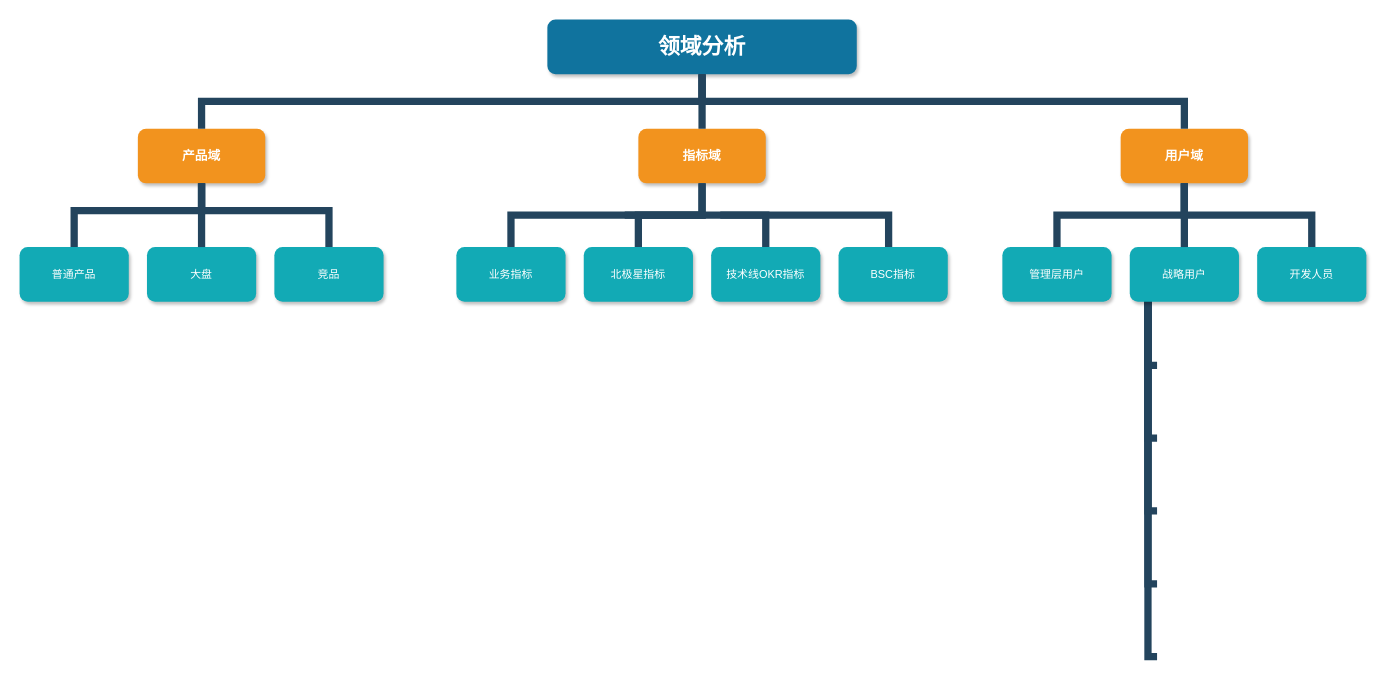
This is Untitled Diagram2.drawio from yzxie/work-tools, a draw.io file, before an edit. Source tidied: cells renumbered, new cells numbered last; positions are measured from the earlier drawing's top-left corner, leaving out a move shared by most shapes. Both pictures are drawn from the tidied source at 91%, with x=0, y=0 at pixel (19, 19).
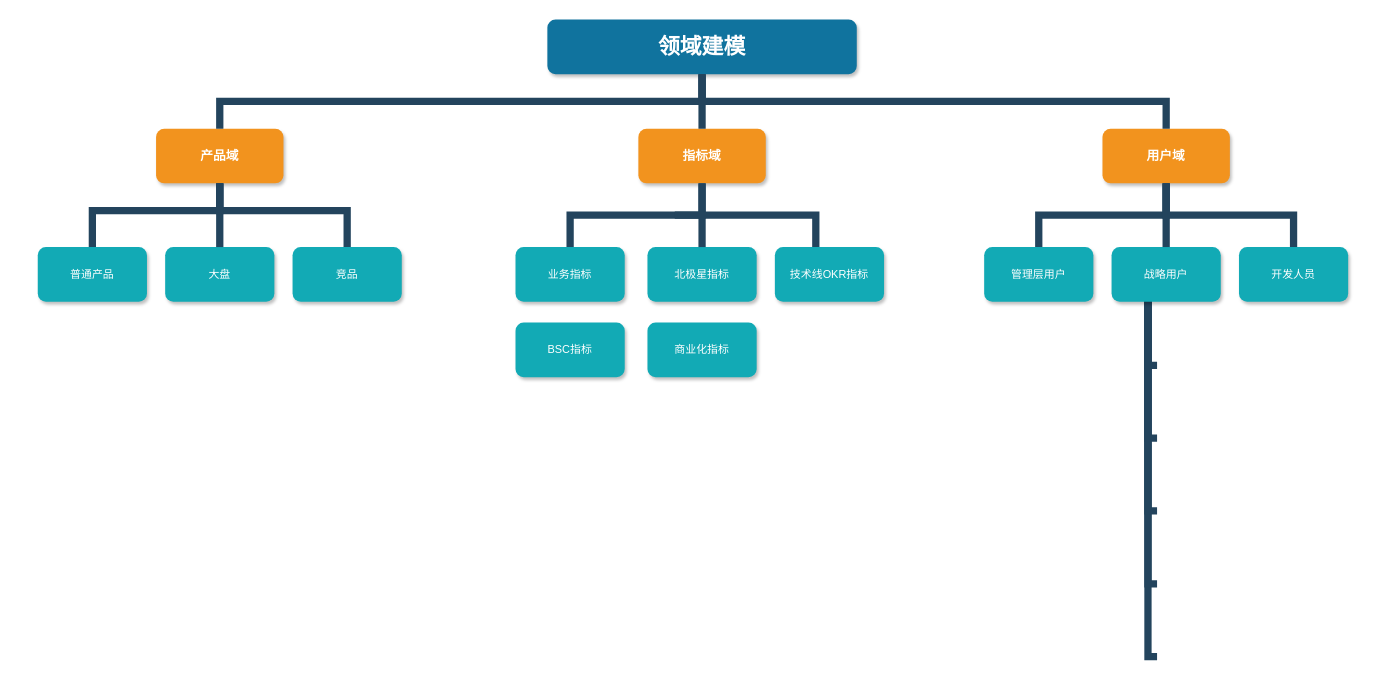
After the change.

Unchanged cells that the change refers to:
```xml
<mxCell id="4" value="指标域" style="whiteSpace=wrap;rounded=1;fillColor=#F2931E;strokeColor=none;shadow=1;fontColor=#FFFFFF;fontStyle=1;fontSize=14;" parent="1" vertex="1">
  <mxGeometry x="680" y="120" width="140" height="60" as="geometry" />
</mxCell>
```

What changed in the source:
```diff
@@
-    <mxCell id="2" value="领域分析" style="whiteSpace=wrap;rounded=1;shadow=1;fillColor=#10739E;strokeColor=none;fontColor=#FFFFFF;fontStyle=1;fontSize=24;" parent="1" vertex="1">
+    <mxCell id="2" value="领域建模" style="whiteSpace=wrap;rounded=1;shadow=1;fillColor=#10739E;strokeColor=none;fontColor=#FFFFFF;fontStyle=1;fontSize=24;" parent="1" vertex="1">
       <mxGeometry x="580" width="340" height="60" as="geometry" />
     </mxCell>
     <mxCell id="3" value="产品域" style="whiteSpace=wrap;rounded=1;fillColor=#F2931E;strokeColor=none;shadow=1;fontColor=#FFFFFF;fontStyle=1;fontSize=14;" parent="1" vertex="1">
-      <mxGeometry x="130" y="120" width="140" height="60" as="geometry" />
+      <mxGeometry x="150" y="120" width="140" height="60" as="geometry" />
     </mxCell>
@@
     <mxCell id="5" value="用户域" style="whiteSpace=wrap;rounded=1;fillColor=#F2931E;strokeColor=none;shadow=1;fontColor=#FFFFFF;fontStyle=1;fontSize=14;" parent="1" vertex="1">
-      <mxGeometry x="1210" y="120" width="140" height="60" as="geometry" />
+      <mxGeometry x="1190" y="120" width="140" height="60" as="geometry" />
     </mxCell>
     <mxCell id="6" value="大盘" style="whiteSpace=wrap;rounded=1;fillColor=#12AAB5;strokeColor=none;shadow=1;fontColor=#FFFFFF;" parent="1" vertex="1">
-      <mxGeometry x="140" y="250" width="120" height="60" as="geometry" />
+      <mxGeometry x="160" y="250" width="120" height="60" as="geometry" />
     </mxCell>
     <mxCell id="7" value="竞品" style="whiteSpace=wrap;rounded=1;fillColor=#12AAB5;strokeColor=none;shadow=1;fontColor=#FFFFFF;" parent="1" vertex="1">
-      <mxGeometry x="280" y="250" width="120" height="60" as="geometry" />
+      <mxGeometry x="300" y="250" width="120" height="60" as="geometry" />
     </mxCell>
     <mxCell id="8" value="业务指标" style="whiteSpace=wrap;rounded=1;fillColor=#12AAB5;strokeColor=none;shadow=1;fontColor=#FFFFFF;" parent="1" vertex="1">
-      <mxGeometry x="480" y="250" width="120" height="60" as="geometry" />
+      <mxGeometry x="545" y="250" width="120" height="60" as="geometry" />
     </mxCell>
     <mxCell id="9" value="北极星指标" style="whiteSpace=wrap;rounded=1;fillColor=#12AAB5;strokeColor=none;shadow=1;fontColor=#FFFFFF;" parent="1" vertex="1">
-      <mxGeometry x="620" y="250" width="120" height="60" as="geometry" />
+      <mxGeometry x="690" y="250" width="120" height="60" as="geometry" />
     </mxCell>
@@
     <mxCell id="11" style="edgeStyle=elbowEdgeStyle;elbow=vertical;rounded=0;fontColor=#000000;endArrow=none;endFill=0;strokeWidth=8;strokeColor=#23445D;" parent="1" edge="1" source="3" target="7">
       <mxGeometry relative="1" as="geometry">
         <Array as="points">
-          <mxPoint x="340" y="210" />
+          <mxPoint x="360" y="210" />
         </Array>
       </mxGeometry>
     </mxCell>
     <mxCell id="12" style="edgeStyle=elbowEdgeStyle;elbow=vertical;rounded=0;fontColor=#000000;endArrow=none;endFill=0;strokeWidth=8;strokeColor=#23445D;" parent="1" edge="1" source="4" target="8">
-      <mxGeometry relative="1" as="geometry" />
+      <mxGeometry relative="1" as="geometry">
+        <Array as="points">
+          <mxPoint x="750" y="215" />
+        </Array>
+      </mxGeometry>
     </mxCell>
@@
     <mxCell id="19" value="管理层用户" style="whiteSpace=wrap;rounded=1;fillColor=#12AAB5;strokeColor=none;shadow=1;fontColor=#FFFFFF;" parent="1" vertex="1">
-      <mxGeometry x="1080" y="250" width="120" height="60" as="geometry" />
+      <mxGeometry x="1060" y="250" width="120" height="60" as="geometry" />
     </mxCell>
     <mxCell id="20" value="战略用户" style="whiteSpace=wrap;rounded=1;fillColor=#12AAB5;strokeColor=none;shadow=1;fontColor=#FFFFFF;" parent="1" vertex="1">
-      <mxGeometry x="1220" y="250" width="120" height="60" as="geometry" />
+      <mxGeometry x="1200" y="250" width="120" height="60" as="geometry" />
     </mxCell>
@@
     <mxCell id="26" value="普通产品" style="whiteSpace=wrap;rounded=1;fillColor=#12AAB5;strokeColor=none;shadow=1;fontColor=#FFFFFF;" parent="1" vertex="1">
-      <mxGeometry y="250" width="120" height="60" as="geometry" />
+      <mxGeometry x="20" y="250" width="120" height="60" as="geometry" />
     </mxCell>
     <mxCell id="27" style="edgeStyle=elbowEdgeStyle;elbow=vertical;rounded=0;fontColor=#000000;endArrow=none;endFill=0;strokeWidth=8;strokeColor=#23445D;exitX=0.5;exitY=1;exitDx=0;exitDy=0;" parent="1" edge="1" source="3" target="26">
       <mxGeometry relative="1" as="geometry">
         <Array as="points">
-          <mxPoint x="240" y="210" />
-          <mxPoint x="200" y="220" />
-          <mxPoint x="310" y="210" />
-          <mxPoint x="170" y="220" />
           <mxPoint x="260" y="210" />
-          <mxPoint x="310" y="210" />
+          <mxPoint x="220" y="220" />
+          <mxPoint x="330" y="210" />
+          <mxPoint x="190" y="220" />
+          <mxPoint x="280" y="210" />
+          <mxPoint x="330" y="210" />
         </Array>
       </mxGeometry>
     </mxCell>
     <mxCell id="28" value="技术线OKR指标" style="whiteSpace=wrap;rounded=1;fillColor=#12AAB5;strokeColor=none;shadow=1;fontColor=#FFFFFF;" parent="1" vertex="1">
-      <mxGeometry x="760" y="250" width="120" height="60" as="geometry" />
+      <mxGeometry x="830" y="250" width="120" height="60" as="geometry" />
     </mxCell>
     <mxCell id="29" value="BSC指标" style="whiteSpace=wrap;rounded=1;fillColor=#12AAB5;strokeColor=none;shadow=1;fontColor=#FFFFFF;" parent="1" vertex="1">
-      <mxGeometry x="900" y="250" width="120" height="60" as="geometry" />
+      <mxGeometry x="545" y="333" width="120" height="60" as="geometry" />
     </mxCell>
     <mxCell id="30" style="edgeStyle=elbowEdgeStyle;elbow=vertical;rounded=0;fontColor=#000000;endArrow=none;endFill=0;strokeWidth=8;strokeColor=#23445D;" parent="1" edge="1">
       <mxGeometry relative="1" as="geometry">
-        <mxPoint x="665" y="215" as="sourcePoint" />
-        <mxPoint x="820" y="250" as="targetPoint" />
+        <mxPoint x="720" y="215" as="sourcePoint" />
+        <mxPoint x="875" y="250" as="targetPoint" />
         <Array as="points">
-          <mxPoint x="745" y="215" />
+          <mxPoint x="800" y="215" />
         </Array>
       </mxGeometry>
     </mxCell>
-    <mxCell id="31" style="edgeStyle=elbowEdgeStyle;elbow=vertical;rounded=0;fontColor=#000000;endArrow=none;endFill=0;strokeWidth=8;strokeColor=#23445D;" parent="1" edge="1">
-      <mxGeometry relative="1" as="geometry">
-        <mxPoint x="770" y="215" as="sourcePoint" />
-        <mxPoint x="955" y="250" as="targetPoint" />
-        <Array as="points">
-          <mxPoint x="880" y="215" />
-        </Array>
-      </mxGeometry>
-    </mxCell>
     <mxCell id="32" value="开发人员" style="whiteSpace=wrap;rounded=1;fillColor=#12AAB5;strokeColor=none;shadow=1;fontColor=#FFFFFF;" parent="1" vertex="1">
-      <mxGeometry x="1360" y="250" width="120" height="60" as="geometry" />
+      <mxGeometry x="1340" y="250" width="120" height="60" as="geometry" />
     </mxCell>
     <mxCell id="33" style="edgeStyle=elbowEdgeStyle;elbow=vertical;rounded=0;fontColor=#000000;endArrow=none;endFill=0;strokeWidth=8;strokeColor=#23445D;exitX=0.5;exitY=1;exitDx=0;exitDy=0;" parent="1" edge="1" source="5">
       <mxGeometry relative="1" as="geometry">
-        <mxPoint x="1420" y="250" as="targetPoint" />
+        <mxPoint x="1400" y="250" as="targetPoint" />
       </mxGeometry>
     </mxCell>
+    <mxCell id="34" value="商业化指标" style="whiteSpace=wrap;rounded=1;fillColor=#12AAB5;strokeColor=none;shadow=1;fontColor=#FFFFFF;" parent="1" vertex="1">
+      <mxGeometry x="690" y="333" width="120" height="60" as="geometry" />
+    </mxCell>
```
